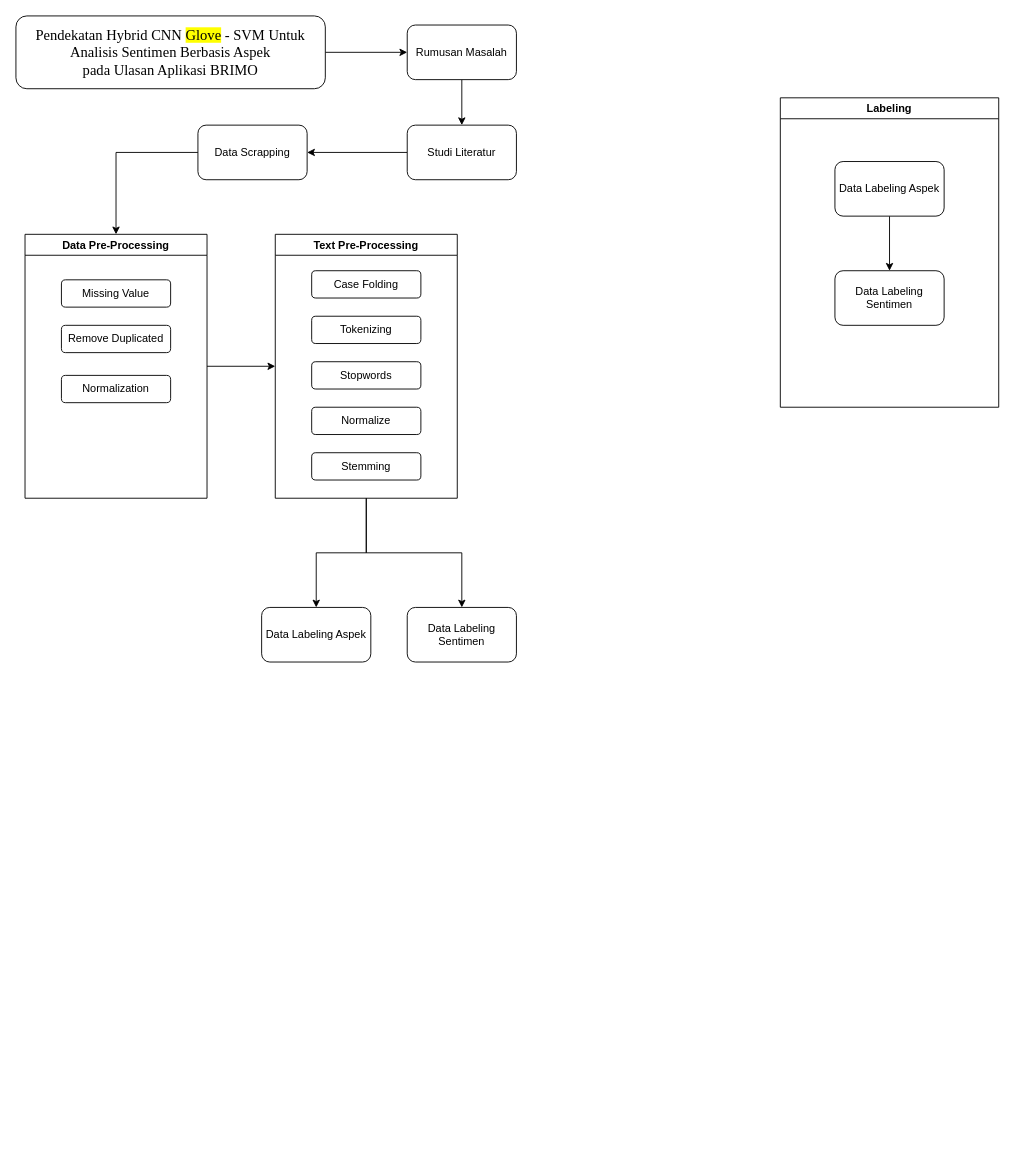
This is tugas-akhir/Metodologi-Penelitian.drawio from xoghub/diagrams, a draw.io file, before an edit. Source tidied: cells renumbered, new cells numbered last; positions are measured from the earlier drawing's top-left corner, leaving out a move shared by most shapes. Both pictures are drawn from the tidied source at 91%, with x=0, y=0 at pixel (15, 15).
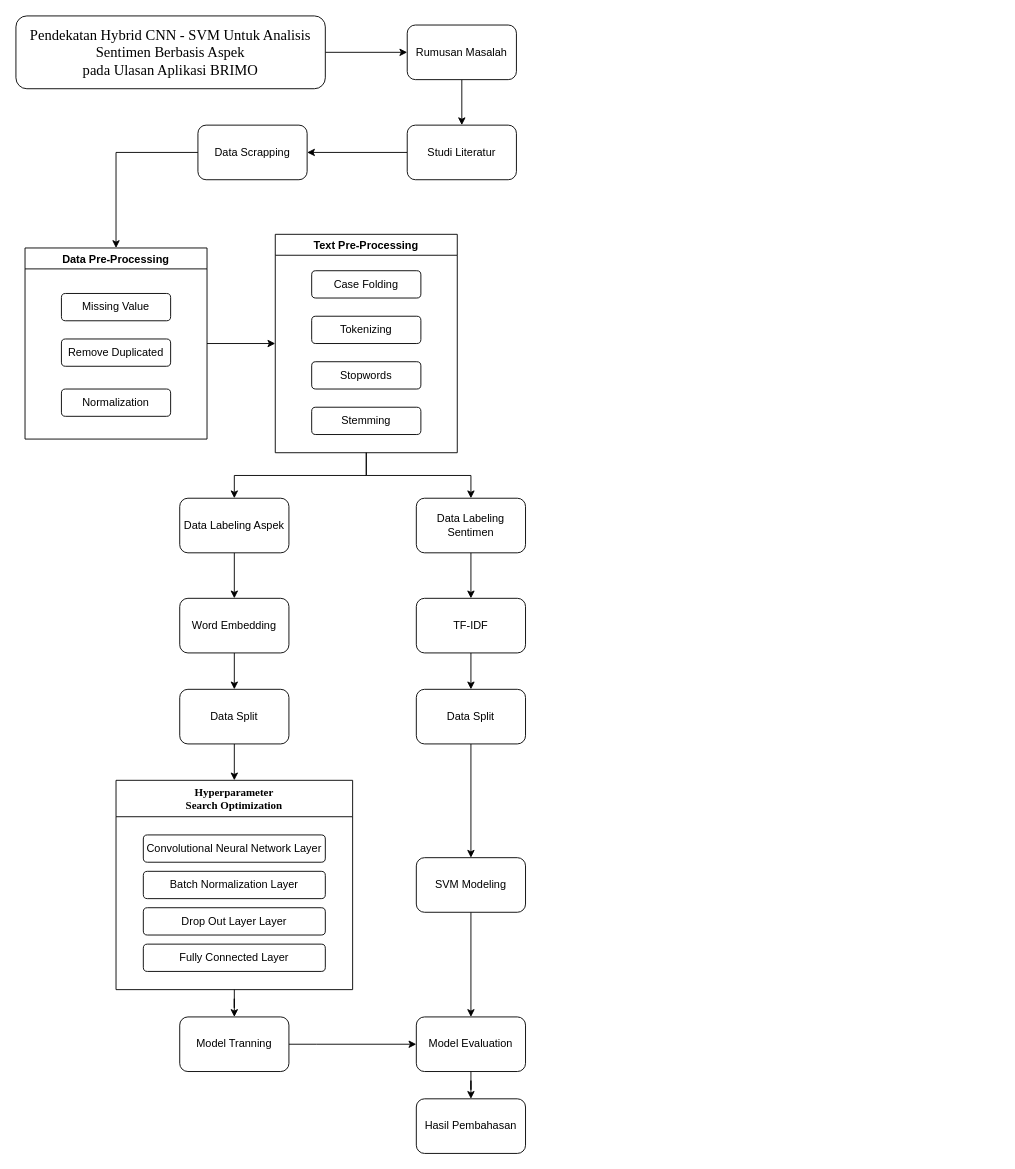
Above is the later version.

Diff of the diagram source:
```diff
@@
-    <mxCell id="4" value="&lt;span style=&quot;font-size:12.0pt;mso-bidi-font-size:14.0pt;&lt;br/&gt;line-height:107%;font-family:&amp;quot;Times New Roman&amp;quot;,serif;mso-fareast-font-family:&lt;br/&gt;Calibri;mso-fareast-theme-font:minor-latin;mso-bidi-font-family:&amp;quot;Cordia New&amp;quot;;&lt;br/&gt;mso-bidi-theme-font:minor-bidi;mso-ansi-language:EN-ID;mso-fareast-language:&lt;br/&gt;EN-US;mso-bidi-language:TH&quot;&gt;Pendekatan Hybrid CNN &lt;span style=&quot;background:yellow;&lt;br/&gt;mso-highlight:yellow&quot;&gt;Glove&lt;/span&gt; - SVM Untuk Analisis Sentimen Berbasis Aspek&lt;br/&gt;pada Ulasan Aplikasi BRIMO&lt;/span&gt;" style="rounded=1;whiteSpace=wrap;html=1;" parent="1" vertex="1">
+    <mxCell id="4" value="&lt;span style=&quot;font-size:12.0pt;mso-bidi-font-size:14.0pt;&lt;br/&gt;line-height:107%;font-family:&amp;quot;Times New Roman&amp;quot;,serif;mso-fareast-font-family:&lt;br/&gt;Calibri;mso-fareast-theme-font:minor-latin;mso-bidi-font-family:&amp;quot;Cordia New&amp;quot;;&lt;br/&gt;mso-bidi-theme-font:minor-bidi;mso-ansi-language:EN-ID;mso-fareast-language:&lt;br/&gt;EN-US;mso-bidi-language:TH&quot;&gt;Pendekatan Hybrid CNN&amp;nbsp;- SVM Untuk Analisis Sentimen Berbasis Aspek&lt;br&gt;pada Ulasan Aplikasi BRIMO&lt;/span&gt;" style="rounded=1;whiteSpace=wrap;html=1;" parent="1" vertex="1">
       <mxGeometry width="340" height="80" as="geometry" />
     </mxCell>
@@
     <mxCell id="11" value="Data Pre-Processing" style="swimlane;" parent="1" vertex="1">
-      <mxGeometry x="10" y="240" width="200" height="290" as="geometry" />
+      <mxGeometry x="10" y="255" width="200" height="210" as="geometry" />
     </mxCell>
@@
     <mxCell id="17" value="Text Pre-Processing" style="swimlane;" parent="1" vertex="1">
-      <mxGeometry x="285" y="240" width="200" height="290" as="geometry" />
+      <mxGeometry x="285" y="240" width="200" height="240" as="geometry" />
     </mxCell>
@@
     <mxCell id="21" value="Stemming" style="rounded=1;whiteSpace=wrap;html=1;" parent="17" vertex="1">
-      <mxGeometry x="40" y="240" width="120" height="30" as="geometry" />
+      <mxGeometry x="40" y="190" width="120" height="30" as="geometry" />
     </mxCell>
-    <mxCell id="22" value="Normalize" style="rounded=1;whiteSpace=wrap;html=1;" parent="17" vertex="1">
-      <mxGeometry x="40" y="190" width="120" height="30" as="geometry" />
-    </mxCell>
-    <mxCell id="23" value="Labeling" style="swimlane;startSize=23;" parent="1" vertex="1">
-      <mxGeometry x="840" y="90" width="240" height="340" as="geometry" />
-    </mxCell>
-    <mxCell id="24" style="edgeStyle=orthogonalEdgeStyle;rounded=0;jettySize=auto;html=1;" parent="23" edge="1" source="25" target="26">
-      <mxGeometry relative="1" as="geometry" />
-    </mxCell>
-    <mxCell id="25" value="Data Labeling Aspek" style="rounded=1;whiteSpace=wrap;html=1;" parent="23" vertex="1">
-      <mxGeometry x="60" y="70" width="120" height="60" as="geometry" />
-    </mxCell>
-    <mxCell id="26" value="Data Labeling Sentimen" style="rounded=1;whiteSpace=wrap;html=1;" parent="23" vertex="1">
-      <mxGeometry x="60" y="190" width="120" height="60" as="geometry" />
-    </mxCell>
+    <mxCell id="29" style="edgeStyle=orthogonalEdgeStyle;rounded=0;jettySize=auto;html=1;" parent="1" edge="1" source="27" target="34">
+      <mxGeometry relative="1" as="geometry" />
+    </mxCell>
     <mxCell id="27" value="Data Labeling Aspek" style="rounded=1;whiteSpace=wrap;html=1;" parent="1" vertex="1">
-      <mxGeometry x="270" y="650" width="120" height="60" as="geometry" />
+      <mxGeometry x="180" y="530" width="120" height="60" as="geometry" />
     </mxCell>
+    <mxCell id="30" style="edgeStyle=orthogonalEdgeStyle;rounded=0;jettySize=auto;html=1;" parent="1" edge="1" source="28" target="32">
+      <mxGeometry relative="1" as="geometry" />
+    </mxCell>
     <mxCell id="28" value="Data Labeling Sentimen" style="rounded=1;whiteSpace=wrap;html=1;" parent="1" vertex="1">
-      <mxGeometry x="430" y="650" width="120" height="60" as="geometry" />
+      <mxGeometry x="440" y="530" width="120" height="60" as="geometry" />
     </mxCell>
+    <mxCell id="31" style="edgeStyle=orthogonalEdgeStyle;rounded=0;jettySize=auto;html=1;" parent="1" edge="1" source="32" target="50">
+      <mxGeometry relative="1" as="geometry" />
+    </mxCell>
+    <mxCell id="32" value="TF-IDF" style="rounded=1;whiteSpace=wrap;html=1;" parent="1" vertex="1">
+      <mxGeometry x="440" y="640" width="120" height="60" as="geometry" />
+    </mxCell>
+    <mxCell id="33" style="edgeStyle=orthogonalEdgeStyle;rounded=0;jettySize=auto;html=1;" parent="1" edge="1" source="34" target="48">
+      <mxGeometry relative="1" as="geometry" />
+    </mxCell>
+    <mxCell id="34" value="Word Embedding" style="rounded=1;whiteSpace=wrap;html=1;" parent="1" vertex="1">
+      <mxGeometry x="180" y="640" width="120" height="60" as="geometry" />
+    </mxCell>
+    <mxCell id="35" style="edgeStyle=orthogonalEdgeStyle;rounded=0;jettySize=auto;html=1;entryX=0.5;entryY=0;entryDx=0;entryDy=0;" parent="1" edge="1" source="36" target="44">
+      <mxGeometry relative="1" as="geometry" />
+    </mxCell>
+    <mxCell id="36" value="Hyperparameter &#10;Search Optimization" style="swimlane;startSize=40;fontFamily=Times New Roman;" parent="1" vertex="1">
+      <mxGeometry x="110" y="840" width="260" height="230" as="geometry" />
+    </mxCell>
+    <mxCell id="37" value="Convolutional Neural Network Layer" style="rounded=1;whiteSpace=wrap;html=1;" parent="36" vertex="1">
+      <mxGeometry x="30" y="60" width="200" height="30" as="geometry" />
+    </mxCell>
+    <mxCell id="38" value="Batch Normalization Layer" style="rounded=1;whiteSpace=wrap;html=1;" parent="36" vertex="1">
+      <mxGeometry x="30" y="100" width="200" height="30" as="geometry" />
+    </mxCell>
+    <mxCell id="39" value="Drop Out Layer Layer" style="rounded=1;whiteSpace=wrap;html=1;" parent="36" vertex="1">
+      <mxGeometry x="30" y="140" width="200" height="30" as="geometry" />
+    </mxCell>
+    <mxCell id="40" value="Fully Connected Layer" style="rounded=1;whiteSpace=wrap;html=1;" parent="36" vertex="1">
+      <mxGeometry x="30" y="180" width="200" height="30" as="geometry" />
+    </mxCell>
+    <mxCell id="41" style="edgeStyle=orthogonalEdgeStyle;rounded=0;jettySize=auto;html=1;entryX=0.5;entryY=0;entryDx=0;entryDy=0;" parent="1" edge="1" source="42" target="46">
+      <mxGeometry relative="1" as="geometry" />
+    </mxCell>
+    <mxCell id="42" value="SVM Modeling" style="rounded=1;whiteSpace=wrap;html=1;" parent="1" vertex="1">
+      <mxGeometry x="440" y="925" width="120" height="60" as="geometry" />
+    </mxCell>
+    <mxCell id="43" style="edgeStyle=orthogonalEdgeStyle;rounded=0;jettySize=auto;html=1;entryX=0;entryY=0.5;entryDx=0;entryDy=0;" parent="1" edge="1" source="44" target="46">
+      <mxGeometry relative="1" as="geometry">
+        <Array as="points">
+          <mxPoint x="330" y="1130" />
+          <mxPoint x="330" y="1130" />
+        </Array>
+      </mxGeometry>
+    </mxCell>
+    <mxCell id="44" value="Model Tranning" style="rounded=1;whiteSpace=wrap;html=1;" parent="1" vertex="1">
+      <mxGeometry x="180" y="1100" width="120" height="60" as="geometry" />
+    </mxCell>
+    <mxCell id="45" style="edgeStyle=orthogonalEdgeStyle;rounded=0;jettySize=auto;html=1;" parent="1" edge="1" source="46" target="51">
+      <mxGeometry relative="1" as="geometry" />
+    </mxCell>
+    <mxCell id="46" value="Model Evaluation" style="rounded=1;whiteSpace=wrap;html=1;" parent="1" vertex="1">
+      <mxGeometry x="440" y="1100" width="120" height="60" as="geometry" />
+    </mxCell>
+    <mxCell id="47" style="edgeStyle=orthogonalEdgeStyle;rounded=0;jettySize=auto;html=1;entryX=0.5;entryY=0;entryDx=0;entryDy=0;" parent="1" edge="1" source="48" target="36">
+      <mxGeometry relative="1" as="geometry" />
+    </mxCell>
+    <mxCell id="48" value="Data Split" style="rounded=1;whiteSpace=wrap;html=1;" parent="1" vertex="1">
+      <mxGeometry x="180" y="740" width="120" height="60" as="geometry" />
+    </mxCell>
+    <mxCell id="49" style="edgeStyle=orthogonalEdgeStyle;rounded=0;jettySize=auto;html=1;entryX=0.5;entryY=0;entryDx=0;entryDy=0;" parent="1" edge="1" source="50" target="42">
+      <mxGeometry relative="1" as="geometry" />
+    </mxCell>
+    <mxCell id="50" value="Data Split" style="rounded=1;whiteSpace=wrap;html=1;" parent="1" vertex="1">
+      <mxGeometry x="440" y="740" width="120" height="60" as="geometry" />
+    </mxCell>
+    <mxCell id="51" value="Hasil Pembahasan" style="rounded=1;whiteSpace=wrap;html=1;" parent="1" vertex="1">
+      <mxGeometry x="440" y="1190" width="120" height="60" as="geometry" />
+    </mxCell>
```
